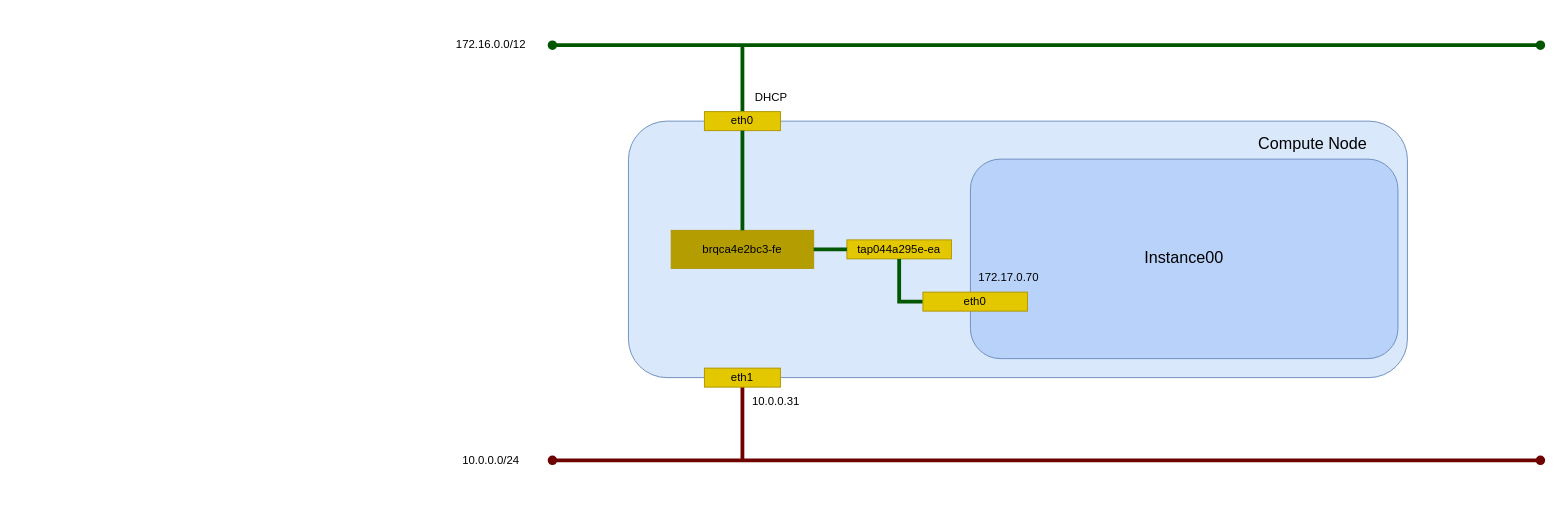
Above: _static/image/network_flat_instance_linuxbridge.drawio in 9506hqwy/openstack_study_notes (draw.io), before the change. Source tidied: cells renumbered, new cells numbered last; positions are measured from the earlier drawing's top-left corner, leaving out a move shared by most shapes. Both pictures are drawn from the tidied source at 95%, with x=0, y=0 at pixel (443, 29).
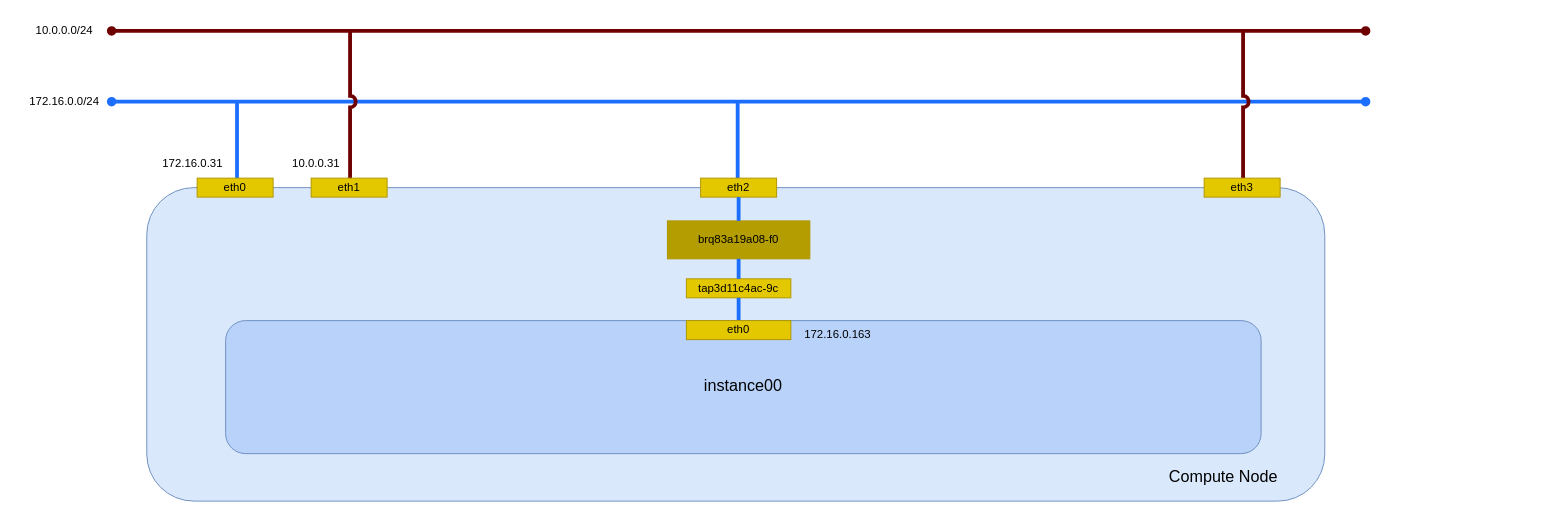
After the change.

Change to the diagram source:
```diff
@@
-    <mxCell id="2" style="endArrow=oval;html=1;rounded=0;startArrow=oval;startFill=1;endFill=1;strokeWidth=4;fillColor=#a20025;strokeColor=#6F0000;" parent="1" edge="1">
-      <mxGeometry relative="1" as="geometry">
-        <mxPoint x="115" y="453" as="sourcePoint" />
-        <mxPoint x="1155" y="453" as="targetPoint" />
-      </mxGeometry>
-    </mxCell>
-    <mxCell id="3" style="endArrow=oval;html=1;rounded=0;startArrow=oval;startFill=1;endFill=1;strokeWidth=4;fillColor=#008a00;strokeColor=#005700;" parent="1" edge="1">
-      <mxGeometry relative="1" as="geometry">
-        <mxPoint x="115" y="16" as="sourcePoint" />
-        <mxPoint x="1155" y="16" as="targetPoint" />
-      </mxGeometry>
-    </mxCell>
-    <mxCell id="4" value="172.16.0.0/12" style="text;html=1;align=center;verticalAlign=middle;strokeColor=none;fillColor=none;" parent="1" vertex="1">
-      <mxGeometry width="100" height="30" as="geometry" />
-    </mxCell>
+    <mxCell id="24" style="endArrow=oval;html=1;rounded=0;startArrow=oval;startFill=1;endFill=1;strokeWidth=4;fillColor=#a20025;strokeColor=#6F0000;" parent="1" edge="1">
+      <mxGeometry relative="1" as="geometry">
+        <mxPoint x="-349" y="1" as="sourcePoint" />
+        <mxPoint x="971" y="1" as="targetPoint" />
+      </mxGeometry>
+    </mxCell>
     <mxCell id="5" value="10.0.0.0/24" style="text;html=1;align=center;verticalAlign=middle;strokeColor=none;fillColor=none;" parent="1" vertex="1">
-      <mxGeometry x="10" y="438" width="80" height="30" as="geometry" />
+      <mxGeometry x="-439" y="-14" width="80" height="30" as="geometry" />
     </mxCell>
-    <mxCell id="6" style="endArrow=none;html=1;rounded=0;startArrow=none;startFill=0;endFill=0;strokeWidth=4;fillColor=#008a00;strokeColor=#005700;exitX=0.5;exitY=1;exitDx=0;exitDy=0;" parent="1" edge="1">
-      <mxGeometry relative="1" as="geometry">
-        <mxPoint x="315" y="16" as="sourcePoint" />
-        <mxPoint x="315" y="96" as="targetPoint" />
-      </mxGeometry>
-    </mxCell>
-    <mxCell id="7" style="endArrow=none;html=1;rounded=0;startArrow=none;startFill=0;endFill=0;strokeWidth=4;fillColor=#a20025;strokeColor=#6F0000;exitX=0.5;exitY=1;exitDx=0;exitDy=0;" parent="1" edge="1">
-      <mxGeometry relative="1" as="geometry">
-        <mxPoint x="315" y="373" as="sourcePoint" />
-        <mxPoint x="315" y="453" as="targetPoint" />
-      </mxGeometry>
-    </mxCell>
+    <mxCell id="25" style="endArrow=oval;html=1;rounded=0;startArrow=oval;startFill=1;endFill=1;strokeWidth=4;fillColor=#a20025;strokeColor=#1C6EFF;" parent="1" edge="1">
+      <mxGeometry relative="1" as="geometry">
+        <mxPoint x="-349" y="75.5" as="sourcePoint" />
+        <mxPoint x="971" y="75.5" as="targetPoint" />
+      </mxGeometry>
+    </mxCell>
+    <mxCell id="26" value="172.16.0.0/24" style="text;html=1;align=center;verticalAlign=middle;strokeColor=none;fillColor=none;" parent="1" vertex="1">
+      <mxGeometry x="-449" y="61" width="100" height="30" as="geometry" />
+    </mxCell>
+    <mxCell id="27" style="endArrow=none;html=1;rounded=0;startArrow=none;startFill=0;endFill=0;strokeWidth=4;fillColor=#a20025;strokeColor=#1C6EFF;jumpStyle=arc;" parent="1" edge="1">
+      <mxGeometry relative="1" as="geometry">
+        <mxPoint x="-217" y="76" as="sourcePoint" />
+        <mxPoint x="-217" y="156" as="targetPoint" />
+      </mxGeometry>
+    </mxCell>
+    <mxCell id="28" style="endArrow=none;html=1;rounded=0;startArrow=none;startFill=0;endFill=0;strokeWidth=4;fillColor=#a20025;strokeColor=#1C6EFF;jumpStyle=arc;" parent="1" edge="1">
+      <mxGeometry relative="1" as="geometry">
+        <mxPoint x="310" y="76" as="sourcePoint" />
+        <mxPoint x="310" y="156" as="targetPoint" />
+      </mxGeometry>
+    </mxCell>
+    <mxCell id="29" style="endArrow=none;html=1;rounded=0;startArrow=none;startFill=0;endFill=0;strokeWidth=4;fillColor=#a20025;strokeColor=#6F0000;jumpStyle=arc;" parent="1" edge="1">
+      <mxGeometry relative="1" as="geometry">
+        <mxPoint x="842" y="2" as="sourcePoint" />
+        <mxPoint x="842" y="156" as="targetPoint" />
+      </mxGeometry>
+    </mxCell>
+    <mxCell id="30" style="endArrow=none;html=1;rounded=0;startArrow=none;startFill=0;endFill=0;strokeWidth=4;fillColor=#a20025;strokeColor=#6F0000;jumpStyle=arc;" parent="1" edge="1">
+      <mxGeometry relative="1" as="geometry">
+        <mxPoint x="-98" as="sourcePoint" />
+        <mxPoint x="-98" y="166" as="targetPoint" />
+      </mxGeometry>
+    </mxCell>
@@
-    <mxCell id="9" style="rounded=1;whiteSpace=wrap;html=1;fillColor=#dae8fc;strokeColor=#6c8ebf;align=center;horizontal=1;" parent="8" vertex="1">
-      <mxGeometry x="195" y="96" width="820" height="270" as="geometry" />
-    </mxCell>
+    <mxCell id="31" style="rounded=1;whiteSpace=wrap;html=1;fillColor=#dae8fc;strokeColor=#6c8ebf;" parent="8" vertex="1">
+      <mxGeometry x="-312" y="166" width="1240" height="330" as="geometry" />
+    </mxCell>
     <mxCell id="10" value="eth1" style="rounded=0;whiteSpace=wrap;html=1;fillColor=#e3c800;fontColor=#000000;strokeColor=#B09500;" parent="8" vertex="1">
-      <mxGeometry x="275" y="356" width="80" height="20" as="geometry" />
+      <mxGeometry x="-139" y="156" width="80" height="20" as="geometry" />
     </mxCell>
     <mxCell id="11" value="eth0" style="rounded=0;whiteSpace=wrap;html=1;fillColor=#e3c800;fontColor=#000000;strokeColor=#B09500;" parent="8" vertex="1">
-      <mxGeometry x="275" y="86" width="80" height="20" as="geometry" />
+      <mxGeometry x="-259" y="156" width="80" height="20" as="geometry" />
     </mxCell>
+    <mxCell id="32" value="172.16.0.31" style="text;html=1;align=center;verticalAlign=middle;strokeColor=none;fillColor=none;" parent="8" vertex="1">
+      <mxGeometry x="-309" y="126" width="90" height="30" as="geometry" />
+    </mxCell>
+    <mxCell id="33" value="eth2" style="rounded=0;whiteSpace=wrap;html=1;fillColor=#e3c800;fontColor=#000000;strokeColor=#B09500;" parent="8" vertex="1">
+      <mxGeometry x="271" y="156" width="80" height="20" as="geometry" />
+    </mxCell>
+    <mxCell id="34" value="&lt;div&gt;eth3&lt;/div&gt;" style="rounded=0;whiteSpace=wrap;html=1;fillColor=#e3c800;fontColor=#000000;strokeColor=#B09500;" parent="8" vertex="1">
+      <mxGeometry x="801" y="156" width="80" height="20" as="geometry" />
+    </mxCell>
     <mxCell id="12" value="10.0.0.31" style="text;html=1;align=center;verticalAlign=middle;strokeColor=none;fillColor=none;" parent="8" vertex="1">
-      <mxGeometry x="315" y="376" width="70" height="30" as="geometry" />
+      <mxGeometry x="-169" y="126" width="70" height="30" as="geometry" />
     </mxCell>
-    <mxCell id="13" value="DHCP" style="text;html=1;align=center;verticalAlign=middle;strokeColor=none;fillColor=none;" parent="8" vertex="1">
-      <mxGeometry x="315" y="56" width="60" height="30" as="geometry" />
-    </mxCell>
     <mxCell id="14" value="&lt;font style=&quot;font-size: 17px;&quot;&gt;Compute Node&lt;/font&gt;" style="text;html=1;align=center;verticalAlign=middle;strokeColor=none;fillColor=none;" parent="8" vertex="1">
-      <mxGeometry x="845" y="106" width="140" height="30" as="geometry" />
+      <mxGeometry x="751" y="456" width="140" height="30" as="geometry" />
     </mxCell>
-    <mxCell id="15" value="brqca4e2bc3-fe" style="rounded=0;whiteSpace=wrap;html=1;fillColor=#B39D00;fontColor=#000000;strokeColor=#B09500;" parent="8" vertex="1">
-      <mxGeometry x="240" y="211" width="150" height="40" as="geometry" />
+    <mxCell id="15" value="brq83a19a08-f0" style="rounded=0;whiteSpace=wrap;html=1;fillColor=#B39D00;fontColor=#000000;strokeColor=#B09500;" parent="8" vertex="1">
+      <mxGeometry x="236" y="201" width="150" height="40" as="geometry" />
     </mxCell>
-    <mxCell id="16" style="endArrow=none;html=1;rounded=0;startArrow=none;startFill=0;endFill=0;strokeWidth=4;fillColor=#008a00;strokeColor=#005700;exitX=0.5;exitY=1;exitDx=0;exitDy=0;entryX=0.5;entryY=0;entryDx=0;entryDy=0;" parent="8" edge="1" target="15">
-      <mxGeometry relative="1" as="geometry">
-        <mxPoint x="315" y="106" as="sourcePoint" />
-      </mxGeometry>
-    </mxCell>
-    <mxCell id="17" value="tap044a295e-ea" style="rounded=0;whiteSpace=wrap;html=1;fillColor=#e3c800;fontColor=#000000;strokeColor=#B09500;" parent="8" vertex="1">
-      <mxGeometry x="425" y="221" width="110" height="20" as="geometry" />
+    <mxCell id="17" value="tap3d11c4ac-9c" style="rounded=0;whiteSpace=wrap;html=1;fillColor=#e3c800;fontColor=#000000;strokeColor=#B09500;" parent="8" vertex="1">
+      <mxGeometry x="256" y="262" width="110" height="20" as="geometry" />
     </mxCell>
+    <mxCell id="35" style="endArrow=none;html=1;rounded=0;startArrow=none;startFill=0;endFill=0;strokeWidth=4;fillColor=#a20025;strokeColor=#1C6EFF;jumpStyle=arc;entryX=0.5;entryY=0;entryDx=0;entryDy=0;exitX=0.5;exitY=1;exitDx=0;exitDy=0;" parent="8" edge="1" source="33" target="15">
+      <mxGeometry relative="1" as="geometry" />
+    </mxCell>
-    <mxCell id="18" style="endArrow=none;html=1;rounded=0;startArrow=none;startFill=0;endFill=0;strokeWidth=4;fillColor=#008a00;strokeColor=#005700;exitX=1;exitY=0.5;exitDx=0;exitDy=0;entryX=0;entryY=0.5;entryDx=0;entryDy=0;" parent="8" edge="1" source="15" target="17">
+    <mxCell id="18" style="endArrow=none;html=1;rounded=0;startArrow=none;startFill=0;endFill=0;strokeWidth=4;fillColor=#a20025;strokeColor=#1C6EFF;jumpStyle=arc;entryX=0.5;entryY=0;entryDx=0;entryDy=0;exitX=0.5;exitY=1;exitDx=0;exitDy=0;" parent="8" edge="1" source="15" target="17">
       <mxGeometry relative="1" as="geometry" />
     </mxCell>
-    <mxCell id="19" style="endArrow=none;html=1;rounded=0;startArrow=none;startFill=0;endFill=0;strokeWidth=4;fillColor=#008a00;strokeColor=#005700;exitX=0.5;exitY=1;exitDx=0;exitDy=0;entryX=0.378;entryY=0.704;entryDx=0;entryDy=0;entryPerimeter=0;" parent="8" edge="1" source="17" target="9">
-      <mxGeometry relative="1" as="geometry">
-        <Array as="points">
-          <mxPoint x="480" y="286" />
-        </Array>
-      </mxGeometry>
-    </mxCell>
+    <mxCell id="36" style="endArrow=none;html=1;rounded=0;startArrow=none;startFill=0;endFill=0;strokeWidth=4;fillColor=#a20025;strokeColor=#1C6EFF;jumpStyle=arc;exitX=0.5;exitY=1;exitDx=0;exitDy=0;" parent="8" edge="1">
+      <mxGeometry relative="1" as="geometry">
+        <mxPoint x="311" y="282" as="sourcePoint" />
+        <mxPoint x="311" y="306" as="targetPoint" />
+      </mxGeometry>
+    </mxCell>
@@
-    <mxCell id="21" value="&lt;font style=&quot;font-size: 17px;&quot;&gt;Instance00&lt;/font&gt;" style="rounded=1;whiteSpace=wrap;html=1;fillColor=#b8d2fa;strokeColor=#6c8ebf;align=center;horizontal=1;" parent="20" vertex="1">
-      <mxGeometry x="555" y="136" width="450" height="210" as="geometry" />
+    <mxCell id="21" value="&lt;font style=&quot;font-size: 17px;&quot;&gt;instance00&lt;/font&gt;" style="rounded=1;whiteSpace=wrap;html=1;fillColor=#b8d2fa;strokeColor=#6c8ebf;align=center;horizontal=1;" parent="20" vertex="1">
+      <mxGeometry x="-229" y="306" width="1090" height="140" as="geometry" />
     </mxCell>
+    <mxCell id="23" value="172.16.0.163" style="text;html=1;align=center;verticalAlign=middle;strokeColor=none;fillColor=none;" parent="20" vertex="1">
+      <mxGeometry x="365" y="306" width="100" height="30" as="geometry" />
+    </mxCell>
     <mxCell id="22" value="eth0" style="rounded=0;whiteSpace=wrap;html=1;fillColor=#e3c800;fontColor=#000000;strokeColor=#B09500;" parent="20" vertex="1">
-      <mxGeometry x="505" y="276" width="110" height="20" as="geometry" />
+      <mxGeometry x="256" y="306" width="110" height="20" as="geometry" />
     </mxCell>
-    <mxCell id="23" value="172.17.0.70" style="text;html=1;align=center;verticalAlign=middle;strokeColor=none;fillColor=none;" parent="20" vertex="1">
-      <mxGeometry x="550" y="246" width="90" height="30" as="geometry" />
-    </mxCell>
```
